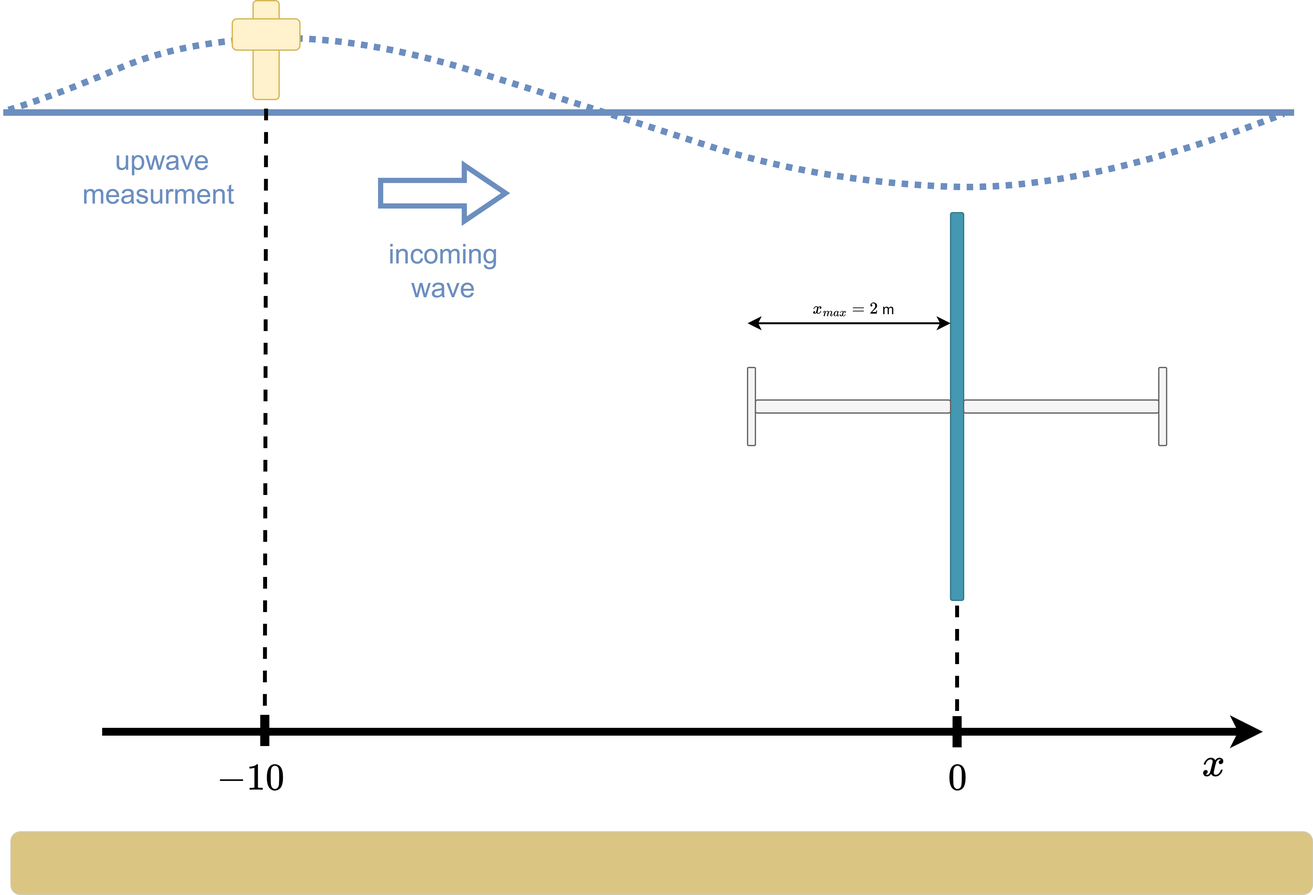
The draw.io diagram docs/_build/html/_static/figures/schematics/WavePiston_sch.png in EMG-MU/WAPPAC_docs, before a commit. Source tidied: cells renumbered, new cells last; positions are measured from the earlier drawing's top-left corner, leaving out a move shared by most shapes.
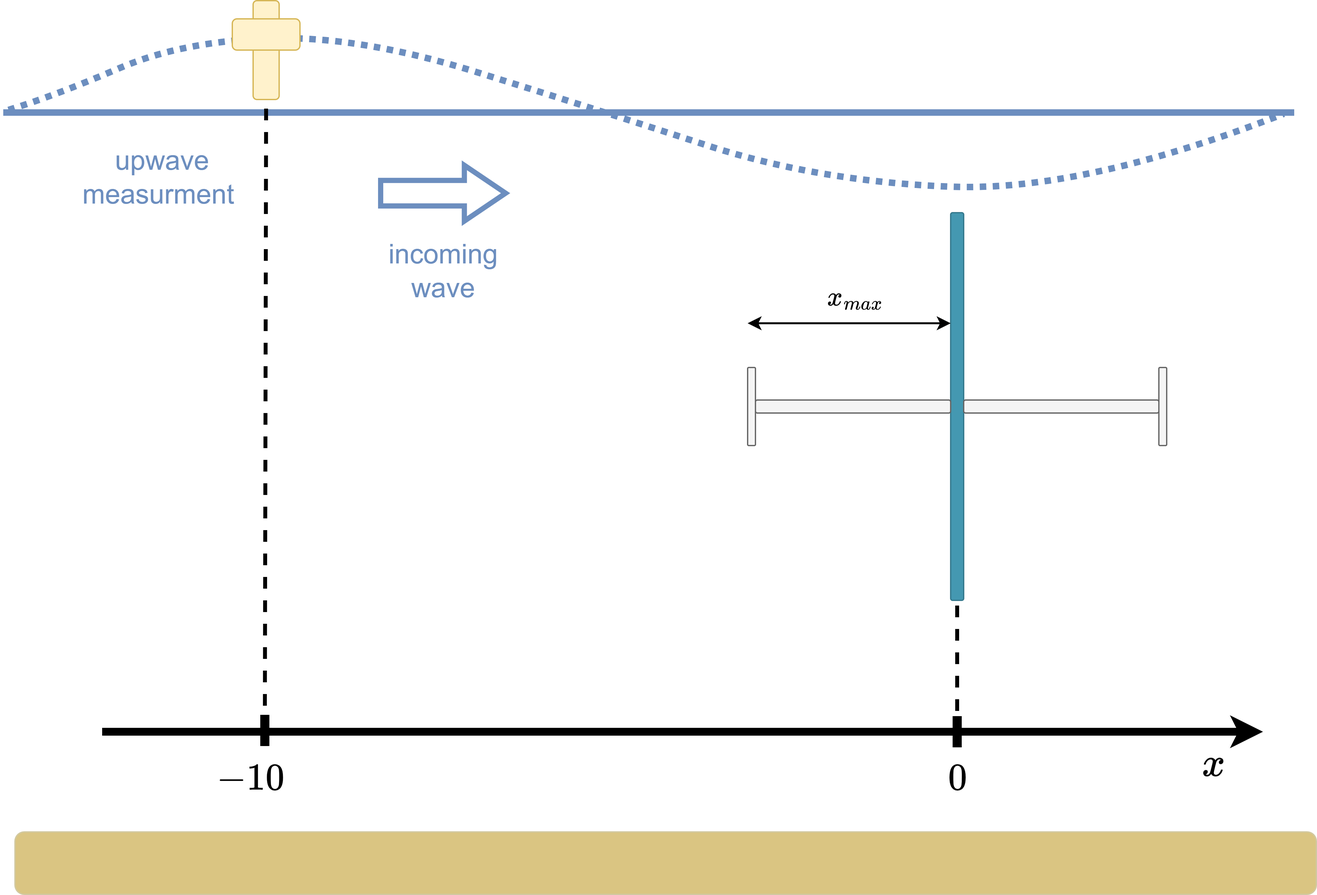
After the change.

The edit, as a diff of the source:
```diff
@@ -3,7 +3,7 @@
     <mxCell id="0" />
     <mxCell id="1" parent="0" />
     <mxCell id="2" style="rounded=1;whiteSpace=wrap;html=1;fillColor=#DAC582;strokeColor=#D2C9A0;" parent="1" vertex="1">
-      <mxGeometry x="6" y="639" width="1000" height="48" as="geometry" />
+      <mxGeometry x="9" y="639" width="1000" height="48" as="geometry" />
     </mxCell>
     <mxCell id="3" style="group;" parent="1" vertex="1">
       <mxGeometry x="572" y="163" width="322" height="298" as="geometry" />
@@ -29,9 +29,9 @@
         <mxPoint x="156" y="85" as="targetPoint" />
       </mxGeometry>
     </mxCell>
-    <mxCell id="10" value="\(x_{max}=2\) m" style="edgeLabel;html=1;align=center;verticalAlign=middle;labelBackgroundColor=none;" parent="9" vertex="1">
+    <mxCell id="10" value="\(x_{max}\)" style="edgeLabel;html=1;align=center;verticalAlign=middle;labelBackgroundColor=none;fontSize=18;" parent="9" vertex="1">
       <mxGeometry x="0.13" relative="1" as="geometry">
-        <mxPoint x="-8" y="-12" as="offset" />
+        <mxPoint x="-7" y="-20" as="offset" />
       </mxGeometry>
     </mxCell>
     <mxCell id="11" style="endArrow=none;html=1;rounded=0;fillColor=#dae8fc;strokeColor=#6C8EBF;strokeWidth=5;" parent="1" edge="1">
```
